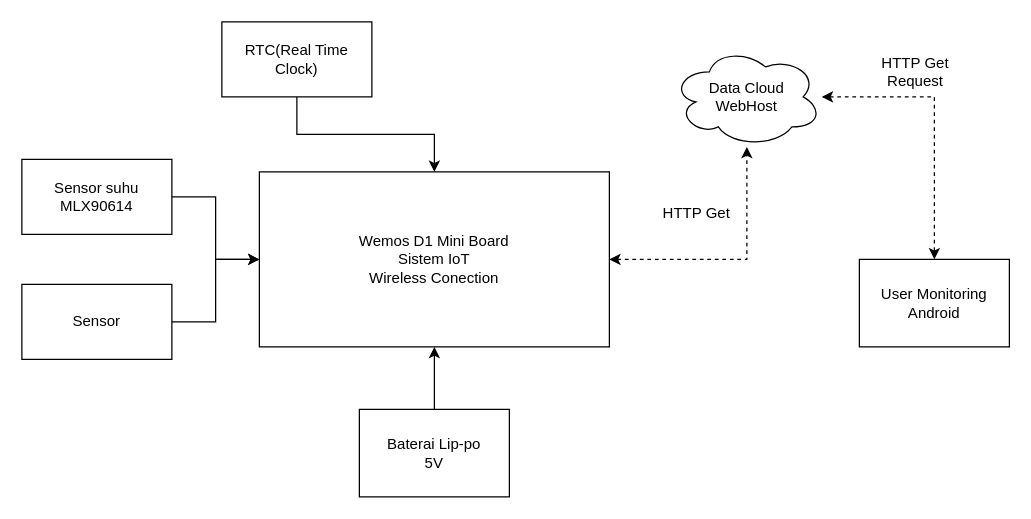
Before: Lomba IoT.drawio in joeinus134131/OnlineDiagramProject, a draw.io diagram. Source tidied: cells renumbered, new cells numbered last; positions are measured from the earlier drawing's top-left corner, leaving out a move shared by most shapes. Both pictures are drawn from the tidied source at 125%, with x=0, y=0 at pixel (21, 21).
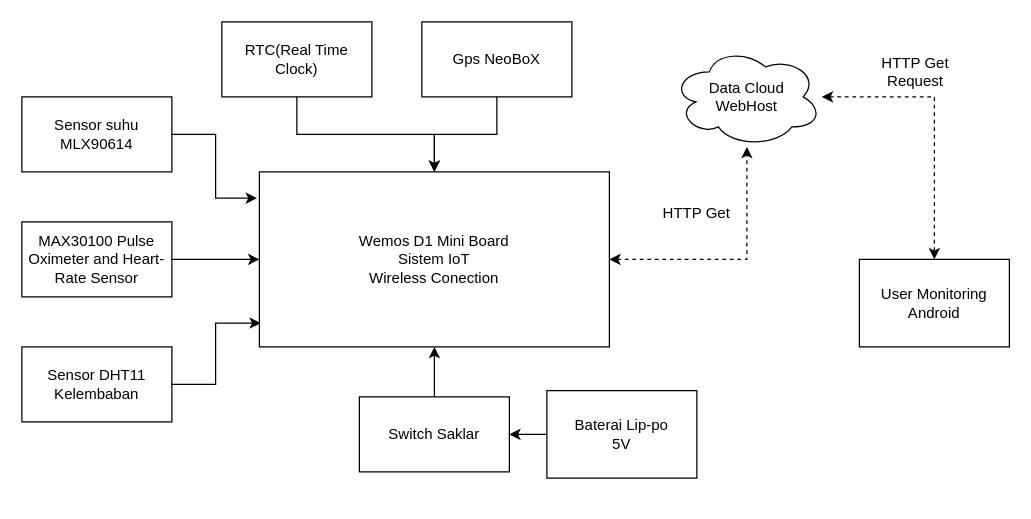
The same page after the edit.

Unchanged cells that the change refers to:
```xml
<mxCell id="5" value="&lt;div&gt;Wemos D1 Mini Board&lt;/div&gt;&lt;div&gt;Sistem IoT&lt;/div&gt;&lt;div&gt;Wireless Conection&lt;br&gt;&lt;/div&gt;" style="rounded=0;whiteSpace=wrap;html=1;" parent="1" vertex="1">
  <mxGeometry x="190" y="120" width="280" height="140" as="geometry" />
</mxCell>
```

Change to the diagram source:
```diff
@@
-    <mxCell id="2" style="edgeStyle=orthogonalEdgeStyle;rounded=0;jettySize=auto;html=1;" parent="1" edge="1" source="3" target="5">
+    <mxCell id="2" style="edgeStyle=orthogonalEdgeStyle;rounded=0;jettySize=auto;html=1;entryX=-0.007;entryY=0.15;entryDx=0;entryDy=0;entryPerimeter=0;" parent="1" edge="1" source="3" target="5">
       <mxGeometry relative="1" as="geometry" />
     </mxCell>
     <mxCell id="3" value="&lt;div&gt;Sensor suhu&lt;/div&gt;&lt;div&gt;MLX90614&lt;br&gt;&lt;/div&gt;" style="rounded=0;whiteSpace=wrap;html=1;" parent="1" vertex="1">
-      <mxGeometry y="110" width="120" height="60" as="geometry" />
+      <mxGeometry y="60" width="120" height="60" as="geometry" />
     </mxCell>
@@
-    <mxCell id="6" style="edgeStyle=orthogonalEdgeStyle;rounded=0;jettySize=auto;html=1;" parent="1" edge="1" source="7" target="5">
+    <mxCell id="6" style="edgeStyle=orthogonalEdgeStyle;rounded=0;jettySize=auto;html=1;entryX=0;entryY=0.5;entryDx=0;entryDy=0;" parent="1" edge="1" source="7" target="5">
       <mxGeometry relative="1" as="geometry" />
     </mxCell>
-    <mxCell id="7" value="Sensor " style="rounded=0;whiteSpace=wrap;html=1;" parent="1" vertex="1">
-      <mxGeometry y="210" width="120" height="60" as="geometry" />
+    <mxCell id="7" value="MAX30100 Pulse Oximeter and Heart-Rate Sensor " style="rounded=0;whiteSpace=wrap;html=1;" parent="1" vertex="1">
+      <mxGeometry y="160" width="120" height="60" as="geometry" />
     </mxCell>
-    <mxCell id="8" style="edgeStyle=orthogonalEdgeStyle;rounded=0;jettySize=auto;html=1;" parent="1" edge="1" source="9" target="5">
+    <mxCell id="8" style="edgeStyle=orthogonalEdgeStyle;rounded=0;jettySize=auto;html=1;startArrow=none;" parent="1" edge="1" source="17" target="5">
       <mxGeometry relative="1" as="geometry" />
     </mxCell>
     <mxCell id="9" value="&lt;div&gt;Baterai Lip-po&lt;br&gt;&lt;/div&gt;&lt;div&gt;5V&lt;br&gt;&lt;/div&gt;" style="rounded=0;whiteSpace=wrap;html=1;" parent="1" vertex="1">
-      <mxGeometry x="270" y="310" width="120" height="70" as="geometry" />
+      <mxGeometry x="420" y="295" width="120" height="70" as="geometry" />
     </mxCell>
@@
+    <mxCell id="17" value="Switch Saklar" style="rounded=0;whiteSpace=wrap;html=1;" parent="1" vertex="1">
+      <mxGeometry x="270" y="300" width="120" height="60" as="geometry" />
+    </mxCell>
+    <mxCell id="18" style="edgeStyle=orthogonalEdgeStyle;rounded=0;jettySize=auto;html=1;endArrow=classic;startArrow=none;startFill=0;endFill=1;" parent="1" edge="1" source="9" target="17">
+      <mxGeometry relative="1" as="geometry" />
+    </mxCell>
+    <mxCell id="19" style="edgeStyle=orthogonalEdgeStyle;rounded=0;jettySize=auto;html=1;startArrow=none;startFill=0;endArrow=classic;endFill=1;" parent="1" edge="1" source="20" target="5">
+      <mxGeometry relative="1" as="geometry" />
+    </mxCell>
+    <mxCell id="20" value="Gps NeoBoX" style="rounded=0;whiteSpace=wrap;html=1;" parent="1" vertex="1">
+      <mxGeometry x="320" width="120" height="60" as="geometry" />
+    </mxCell>
+    <mxCell id="21" style="edgeStyle=orthogonalEdgeStyle;rounded=0;jettySize=auto;html=1;startArrow=none;startFill=0;endArrow=classic;endFill=1;entryX=0.004;entryY=0.864;entryDx=0;entryDy=0;entryPerimeter=0;" parent="1" edge="1" source="22" target="5">
+      <mxGeometry relative="1" as="geometry" />
+    </mxCell>
+    <mxCell id="22" value="&lt;div&gt;Sensor DHT11&lt;/div&gt;&lt;div&gt;Kelembaban &lt;br&gt;&lt;/div&gt;" style="rounded=0;whiteSpace=wrap;html=1;" parent="1" vertex="1">
+      <mxGeometry y="260" width="120" height="60" as="geometry" />
+    </mxCell>
```
